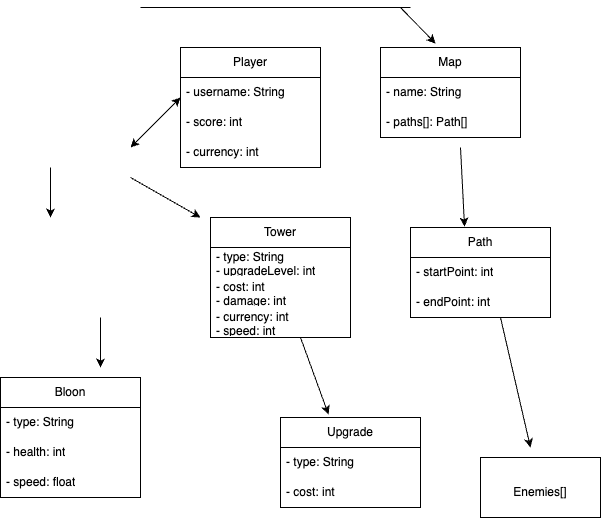
laurasails/CS-3354.008-HW-1 keeps this draw.io diagram as DomainModel.png. Above is the earlier version. Source tidied: cells renumbered, new cells last; positions are measured from the earlier drawing's top-left corner, leaving out a move shared by most shapes.
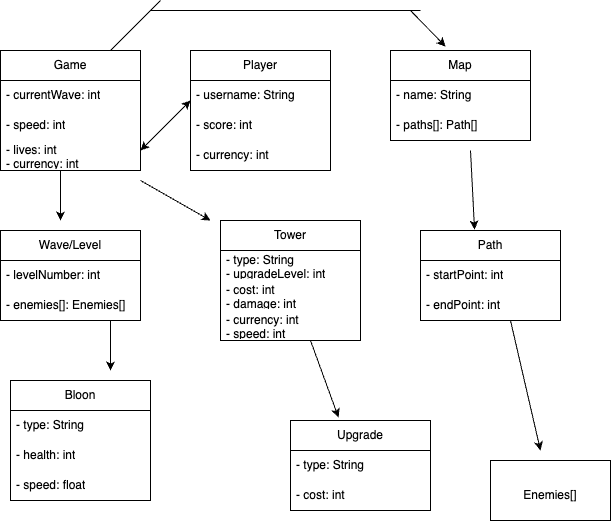
After the commit.

Diff of the diagram source:
```diff
@@ -20,20 +20,41 @@
     <mxCell id="7" value="- name: String" style="text;strokeColor=none;fillColor=none;align=left;verticalAlign=middle;spacingLeft=4;spacingRight=4;overflow=hidden;whiteSpace=wrap;html=1;" parent="6" vertex="1">
       <mxGeometry y="30" width="140" height="30" as="geometry" />
     </mxCell>
-    <mxCell id="8" style="endArrow=classic;html=1;rounded=0;entryX=0.386;entryY=-0.011;entryDx=0;entryDy=0;entryPerimeter=0;" parent="6" edge="1" target="15">
-      <mxGeometry relative="1" as="geometry">
-        <mxPoint x="80" y="100" as="sourcePoint" />
-      </mxGeometry>
-    </mxCell>
+    <mxCell id="34" style="endArrow=classic;html=1;rounded=0;entryX=0.386;entryY=-0.011;entryDx=0;entryDy=0;entryPerimeter=0;" parent="6" edge="1" target="15">
+      <mxGeometry relative="1" as="geometry">
+        <mxPoint x="80" y="100" as="sourcePoint" />
+      </mxGeometry>
+    </mxCell>
     <mxCell id="9" value="- paths[]: Path[]" style="text;strokeColor=none;fillColor=none;align=left;verticalAlign=middle;spacingLeft=4;spacingRight=4;overflow=hidden;whiteSpace=wrap;html=1;" parent="6" vertex="1">
       <mxGeometry y="60" width="140" height="30" as="geometry" />
     </mxCell>
-    <mxCell id="10" style="endArrow=classic;html=1;rounded=0;" parent="1" edge="1">
-      <mxGeometry relative="1" as="geometry">
-        <mxPoint x="50" y="160" as="sourcePoint" />
-        <mxPoint x="50" y="210" as="targetPoint" />
-      </mxGeometry>
-    </mxCell>
+    <mxCell id="35" value="Game" style="swimlane;fontStyle=0;horizontal=1;startSize=30;whiteSpace=wrap;html=1;" parent="1" vertex="1">
+      <mxGeometry x="-10" y="40" width="140" height="120" as="geometry" />
+    </mxCell>
+    <mxCell id="36" value="- currentWave: int" style="text;strokeColor=none;fillColor=none;align=left;verticalAlign=middle;spacingLeft=4;spacingRight=4;overflow=hidden;whiteSpace=wrap;html=1;" parent="35" vertex="1">
+      <mxGeometry y="30" width="140" height="30" as="geometry" />
+    </mxCell>
+    <mxCell id="37" value="- speed: int" style="text;strokeColor=none;fillColor=none;align=left;verticalAlign=middle;spacingLeft=4;spacingRight=4;overflow=hidden;whiteSpace=wrap;html=1;" parent="35" vertex="1">
+      <mxGeometry y="60" width="140" height="30" as="geometry" />
+    </mxCell>
+    <mxCell id="38" value="- lives: int&lt;div&gt;- currency: int&lt;/div&gt;" style="text;strokeColor=none;fillColor=none;align=left;verticalAlign=middle;spacingLeft=4;spacingRight=4;overflow=hidden;whiteSpace=wrap;html=1;" parent="35" vertex="1">
+      <mxGeometry y="90" width="140" height="30" as="geometry" />
+    </mxCell>
+    <mxCell id="39" style="endArrow=classic;html=1;rounded=0;" parent="35" edge="1">
+      <mxGeometry relative="1" as="geometry">
+        <mxPoint x="60" y="120" as="sourcePoint" />
+        <mxPoint x="60" y="170" as="targetPoint" />
+      </mxGeometry>
+    </mxCell>
+    <mxCell id="40" value="Wave/Level" style="swimlane;fontStyle=0;horizontal=1;startSize=30;whiteSpace=wrap;html=1;" parent="1" vertex="1">
+      <mxGeometry x="-10" y="220" width="140" height="90" as="geometry" />
+    </mxCell>
+    <mxCell id="41" value="- levelNumber: int" style="text;strokeColor=none;fillColor=none;align=left;verticalAlign=middle;spacingLeft=4;spacingRight=4;overflow=hidden;whiteSpace=wrap;html=1;" parent="40" vertex="1">
+      <mxGeometry y="30" width="140" height="30" as="geometry" />
+    </mxCell>
+    <mxCell id="42" value="- enemies[]: Enemies[]" style="text;strokeColor=none;fillColor=none;align=left;verticalAlign=middle;spacingLeft=4;spacingRight=4;overflow=hidden;whiteSpace=wrap;html=1;" parent="40" vertex="1">
+      <mxGeometry y="60" width="140" height="30" as="geometry" />
+    </mxCell>
     <mxCell id="11" value="Tower" style="swimlane;fontStyle=0;horizontal=1;startSize=30;whiteSpace=wrap;html=1;" parent="1" vertex="1">
       <mxGeometry x="210" y="210" width="140" height="120" as="geometry" />
     </mxCell>
@@ -52,21 +73,21 @@
     <mxCell id="16" value="- startPoint: int" style="text;strokeColor=none;fillColor=none;align=left;verticalAlign=middle;spacingLeft=4;spacingRight=4;overflow=hidden;whiteSpace=wrap;html=1;" parent="15" vertex="1">
       <mxGeometry y="30" width="140" height="30" as="geometry" />
     </mxCell>
-    <mxCell id="17" style="endArrow=classic;html=1;rounded=0;" parent="15" edge="1">
-      <mxGeometry relative="1" as="geometry">
-        <mxPoint x="90" y="90" as="sourcePoint" />
-        <mxPoint x="120" y="220" as="targetPoint" />
-      </mxGeometry>
-    </mxCell>
+    <mxCell id="43" style="endArrow=classic;html=1;rounded=0;" parent="15" edge="1">
+      <mxGeometry relative="1" as="geometry">
+        <mxPoint x="90" y="90" as="sourcePoint" />
+        <mxPoint x="120" y="220" as="targetPoint" />
+      </mxGeometry>
+    </mxCell>
     <mxCell id="18" value="- endPoint: int" style="text;strokeColor=none;fillColor=none;align=left;verticalAlign=middle;spacingLeft=4;spacingRight=4;overflow=hidden;whiteSpace=wrap;html=1;" parent="15" vertex="1">
       <mxGeometry y="60" width="140" height="30" as="geometry" />
     </mxCell>
     <mxCell id="19" value="Bloon" style="swimlane;fontStyle=0;horizontal=1;startSize=30;whiteSpace=wrap;html=1;" parent="1" vertex="1">
       <mxGeometry y="370" width="140" height="120" as="geometry" />
     </mxCell>
-    <mxCell id="20" value="- type: String" style="text;strokeColor=none;fillColor=none;align=left;verticalAlign=middle;spacingLeft=4;spacingRight=4;overflow=hidden;whiteSpace=wrap;html=1;" parent="19" vertex="1">
-      <mxGeometry y="30" width="140" height="30" as="geometry" />
-    </mxCell>
+    <mxCell id="44" value="- type: String" style="text;strokeColor=none;fillColor=none;align=left;verticalAlign=middle;spacingLeft=4;spacingRight=4;overflow=hidden;whiteSpace=wrap;html=1;" parent="19" vertex="1">
+      <mxGeometry y="30" width="140" height="30" as="geometry" />
+    </mxCell>
     <mxCell id="21" value="- health: int" style="text;strokeColor=none;fillColor=none;align=left;verticalAlign=middle;spacingLeft=4;spacingRight=4;overflow=hidden;whiteSpace=wrap;html=1;" parent="19" vertex="1">
       <mxGeometry y="60" width="140" height="30" as="geometry" />
     </mxCell>
@@ -76,9 +97,9 @@
     <mxCell id="23" value="Upgrade" style="swimlane;fontStyle=0;horizontal=1;startSize=30;whiteSpace=wrap;html=1;" parent="1" vertex="1">
       <mxGeometry x="280" y="410" width="140" height="90" as="geometry" />
     </mxCell>
-    <mxCell id="24" value="- type: String" style="text;strokeColor=none;fillColor=none;align=left;verticalAlign=middle;spacingLeft=4;spacingRight=4;overflow=hidden;whiteSpace=wrap;html=1;" parent="23" vertex="1">
-      <mxGeometry y="30" width="140" height="30" as="geometry" />
-    </mxCell>
+    <mxCell id="45" value="- type: String" style="text;strokeColor=none;fillColor=none;align=left;verticalAlign=middle;spacingLeft=4;spacingRight=4;overflow=hidden;whiteSpace=wrap;html=1;" parent="23" vertex="1">
+      <mxGeometry y="30" width="140" height="30" as="geometry" />
+    </mxCell>
     <mxCell id="25" value="- cost: int" style="text;strokeColor=none;fillColor=none;align=left;verticalAlign=middle;spacingLeft=4;spacingRight=4;overflow=hidden;whiteSpace=wrap;html=1;" parent="23" vertex="1">
       <mxGeometry y="60" width="140" height="30" as="geometry" />
     </mxCell>
@@ -88,39 +109,45 @@
     <mxCell id="27" value="Enemies[]" style="text;html=1;align=center;verticalAlign=middle;whiteSpace=wrap;rounded=0;" parent="1" vertex="1">
       <mxGeometry x="510" y="470" width="60" height="30" as="geometry" />
     </mxCell>
-    <mxCell id="28" style="endArrow=classic;startArrow=classic;html=1;rounded=0;" parent="1" edge="1">
-      <mxGeometry relative="1" as="geometry">
-        <mxPoint x="130" y="140" as="sourcePoint" />
-        <mxPoint x="180" y="90" as="targetPoint" />
-      </mxGeometry>
-    </mxCell>
-    <mxCell id="29" style="endArrow=classic;html=1;rounded=0;" parent="1" edge="1">
-      <mxGeometry relative="1" as="geometry">
-        <mxPoint x="130" y="170" as="sourcePoint" />
-        <mxPoint x="200" y="210" as="targetPoint" />
-      </mxGeometry>
-    </mxCell>
-    <mxCell id="30" style="endArrow=none;html=1;rounded=0;" parent="1" edge="1">
-      <mxGeometry relative="1" as="geometry">
-        <mxPoint x="140" as="sourcePoint" />
-        <mxPoint x="410" as="targetPoint" />
-      </mxGeometry>
-    </mxCell>
-    <mxCell id="31" style="endArrow=classic;html=1;rounded=0;entryX=0.393;entryY=-0.044;entryDx=0;entryDy=0;entryPerimeter=0;" parent="1" edge="1" target="6">
-      <mxGeometry relative="1" as="geometry">
-        <mxPoint x="400" as="sourcePoint" />
-      </mxGeometry>
-    </mxCell>
-    <mxCell id="32" style="endArrow=classic;html=1;rounded=0;" parent="1" edge="1">
-      <mxGeometry relative="1" as="geometry">
-        <mxPoint x="100" y="310" as="sourcePoint" />
-        <mxPoint x="100" y="360" as="targetPoint" />
-      </mxGeometry>
-    </mxCell>
-    <mxCell id="33" style="endArrow=classic;html=1;rounded=0;entryX=0.343;entryY=-0.033;entryDx=0;entryDy=0;entryPerimeter=0;" parent="1" edge="1" target="23">
-      <mxGeometry relative="1" as="geometry">
-        <mxPoint x="300" y="330" as="sourcePoint" />
-      </mxGeometry>
-    </mxCell>
+    <mxCell id="46" style="endArrow=classic;startArrow=classic;html=1;rounded=0;" parent="1" edge="1">
+      <mxGeometry relative="1" as="geometry">
+        <mxPoint x="130" y="140" as="sourcePoint" />
+        <mxPoint x="180" y="90" as="targetPoint" />
+      </mxGeometry>
+    </mxCell>
+    <mxCell id="47" style="endArrow=classic;html=1;rounded=0;" parent="1" edge="1">
+      <mxGeometry relative="1" as="geometry">
+        <mxPoint x="130" y="170" as="sourcePoint" />
+        <mxPoint x="200" y="210" as="targetPoint" />
+      </mxGeometry>
+    </mxCell>
+    <mxCell id="48" style="endArrow=none;html=1;rounded=0;" parent="1" edge="1">
+      <mxGeometry relative="1" as="geometry">
+        <mxPoint x="100" y="40" as="sourcePoint" />
+        <mxPoint x="150" y="-10" as="targetPoint" />
+      </mxGeometry>
+    </mxCell>
+    <mxCell id="49" style="endArrow=none;html=1;rounded=0;" parent="1" edge="1">
+      <mxGeometry relative="1" as="geometry">
+        <mxPoint x="140" as="sourcePoint" />
+        <mxPoint x="410" as="targetPoint" />
+      </mxGeometry>
+    </mxCell>
+    <mxCell id="50" style="endArrow=classic;html=1;rounded=0;entryX=0.393;entryY=-0.044;entryDx=0;entryDy=0;entryPerimeter=0;" parent="1" edge="1" target="6">
+      <mxGeometry relative="1" as="geometry">
+        <mxPoint x="400" as="sourcePoint" />
+      </mxGeometry>
+    </mxCell>
+    <mxCell id="51" style="endArrow=classic;html=1;rounded=0;" parent="1" edge="1">
+      <mxGeometry relative="1" as="geometry">
+        <mxPoint x="100" y="310" as="sourcePoint" />
+        <mxPoint x="100" y="360" as="targetPoint" />
+      </mxGeometry>
+    </mxCell>
+    <mxCell id="52" style="endArrow=classic;html=1;rounded=0;entryX=0.343;entryY=-0.033;entryDx=0;entryDy=0;entryPerimeter=0;" parent="1" edge="1" target="23">
+      <mxGeometry relative="1" as="geometry">
+        <mxPoint x="300" y="330" as="sourcePoint" />
+      </mxGeometry>
+    </mxCell>
   </root>
 </mxGraphModel>
```
